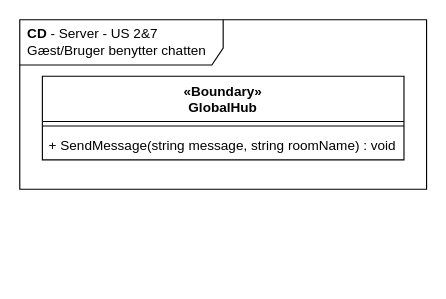
Earlier version of the draw.io diagram page "CD-Server" (3 of 3) of diagrams/arkitektur/US2&7_chat.drawio (Macradon/I7BAC-PlugNPlay). Source tidied: cells renumbered, new cells numbered last; positions are measured from the earlier drawing's top-left corner, leaving out a move shared by most shapes. Both pictures are drawn from the tidied source at 113%, with x=0, y=0 at pixel (19, 19).
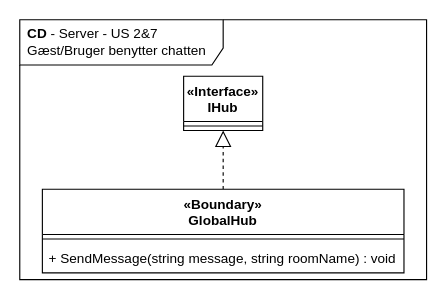
The same diagram, later.

Diff of the diagram source:
```diff
@@
 <mxGraphModel>
   <root>
     <mxCell id="0" />
     <mxCell id="1" parent="0" />
     <mxCell id="2" value="&lt;b&gt;CD&lt;/b&gt;&amp;nbsp;- Server&amp;nbsp;- US 2&amp;amp;7&lt;br&gt;Gæst/Bruger benytter chatten" style="shape=umlFrame;whiteSpace=wrap;html=1;width=180;height=40;boundedLbl=1;verticalAlign=middle;align=left;spacingLeft=5;" parent="1" vertex="1">
-      <mxGeometry width="360" height="150" as="geometry" />
+      <mxGeometry width="360" height="230" as="geometry" />
     </mxCell>
+    <mxCell id="6" style="edgeStyle=orthogonalEdgeStyle;rounded=0;jettySize=auto;html=1;endArrow=block;endFill=0;endSize=12;dashed=1;" parent="1" edge="1" source="3" target="7">
+      <mxGeometry relative="1" as="geometry" />
+    </mxCell>
     <mxCell id="3" value="«Boundary»&#10;GlobalHub" style="swimlane;fontStyle=1;align=center;verticalAlign=top;horizontal=1;startSize=40;" parent="1" vertex="1">
-      <mxGeometry x="20" y="50" width="320" height="74" as="geometry" />
+      <mxGeometry x="20" y="150" width="320" height="74" as="geometry" />
     </mxCell>
     <mxCell id="4" style="line;strokeWidth=1;fillColor=none;align=left;verticalAlign=middle;spacingTop=-1;spacingLeft=3;spacingRight=3;labelPosition=right;" parent="3" vertex="1">
       <mxGeometry y="40" width="320" height="8" as="geometry" />
     </mxCell>
     <mxCell id="5" value="+ SendMessage(string message, string roomName) : void" style="text;strokeColor=none;fillColor=none;align=left;verticalAlign=top;spacingLeft=4;spacingRight=4;overflow=hidden;" parent="3" vertex="1">
       <mxGeometry y="48" width="320" height="26" as="geometry" />
     </mxCell>
+    <mxCell id="7" value="«Interface»&#10;IHub" style="swimlane;fontStyle=1;align=center;verticalAlign=top;horizontal=1;startSize=40;" parent="1" vertex="1">
+      <mxGeometry x="145" y="50" width="70" height="48" as="geometry" />
+    </mxCell>
+    <mxCell id="8" style="line;strokeWidth=1;fillColor=none;align=left;verticalAlign=middle;spacingTop=-1;spacingLeft=3;spacingRight=3;labelPosition=right;" parent="7" vertex="1">
+      <mxGeometry y="40" width="70" height="8" as="geometry" />
+    </mxCell>
   </root>
 </mxGraphModel>
```
